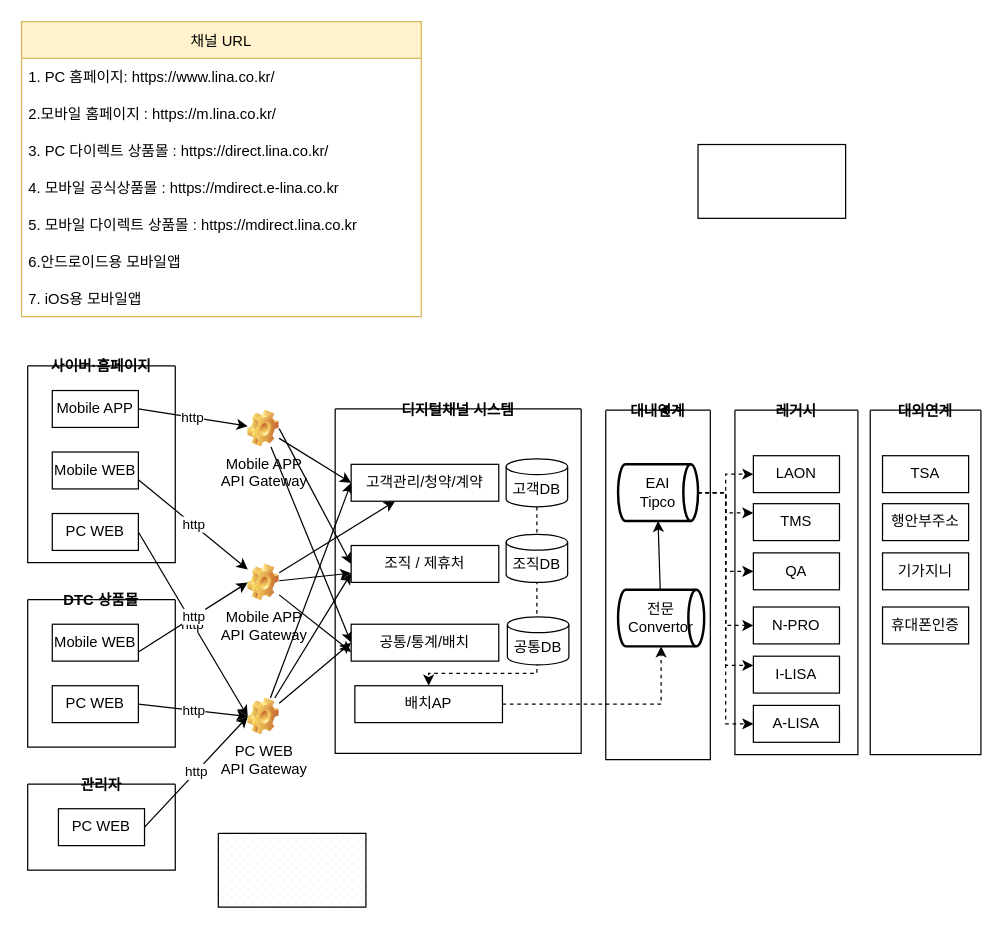
DEV-FRAMEWORK/SW-MODEL keeps this draw.io diagram as page "어플리케이션 구성도" (1 of 3) of LINA_AA.drawio. Above is the earlier version. Source tidied: cells renumbered, new cells numbered last; positions are measured from the earlier drawing's top-left corner, leaving out a move shared by most shapes. Both pictures are drawn from the tidied source at 123%, with x=0, y=0 at pixel (21, 21).
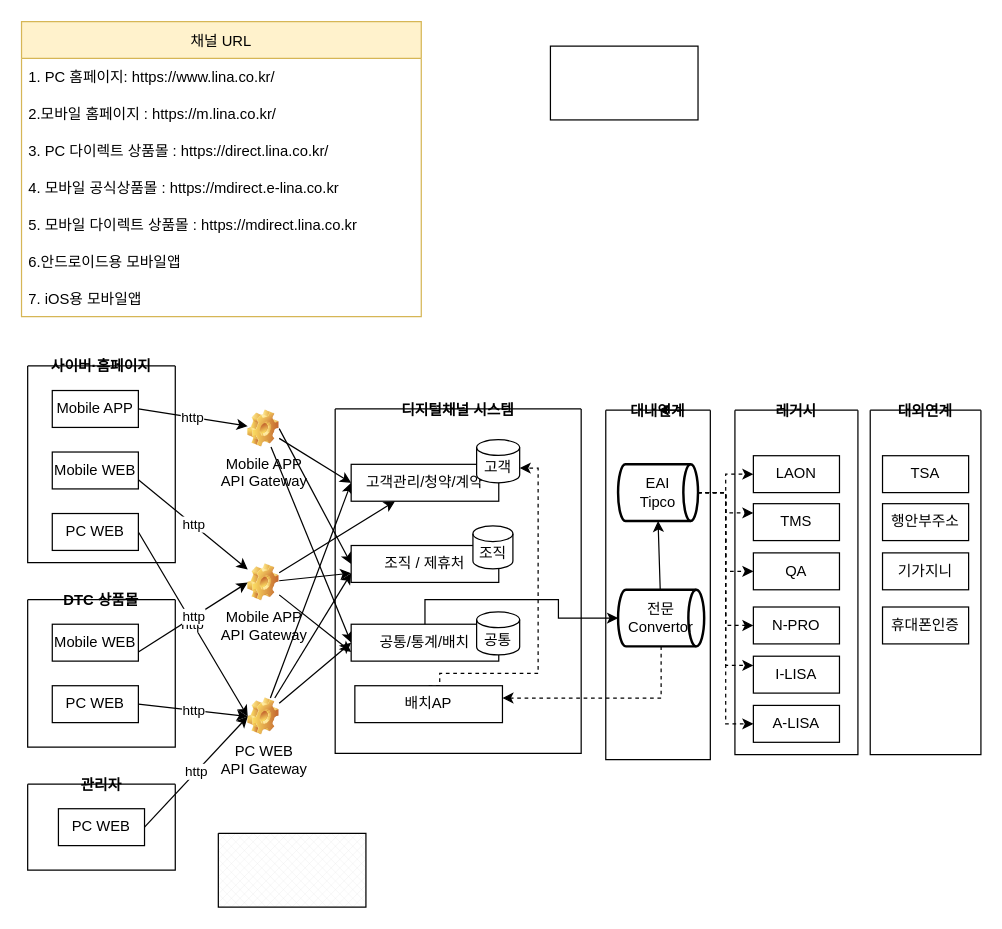
The same page after the edit.

Unchanged cells that the change refers to:
```xml
<mxCell id="29" value="디지털채널 시스템" style="swimlane;startSize=0;" parent="1" vertex="1">
  <mxGeometry x="255" y="315" width="200" height="280" as="geometry" />
</mxCell>
<mxCell id="32" value="공통/통계/배치" style="rounded=0;whiteSpace=wrap;html=1;" parent="29" vertex="1">
  <mxGeometry x="13" y="175" width="120" height="30" as="geometry" />
</mxCell>
<mxCell id="37" value="배치AP" style="rounded=0;whiteSpace=wrap;html=1;" parent="29" vertex="1">
  <mxGeometry x="16" y="225" width="120" height="30" as="geometry" />
</mxCell>
<mxCell id="53" value="전문&lt;br&gt;Convertor" style="strokeWidth=2;html=1;shape=mxgraph.flowchart.direct_data;whiteSpace=wrap;fontFamily=Helvetica;fontSize=12;fontColor=default;startSize=0;fillColor=default;" parent="50" vertex="1">
  <mxGeometry x="10" y="146" width="70" height="46" as="geometry" />
</mxCell>
```

Diff of the diagram source:
```diff
@@
-    <mxCell id="33" style="edgeStyle=orthogonalEdgeStyle;rounded=0;jettySize=auto;html=1;entryX=0.5;entryY=0;entryDx=0;entryDy=0;dashed=1;fontFamily=Helvetica;fontSize=12;fontColor=default;startSize=0;" parent="29" edge="1" source="34" target="37">
+    <mxCell id="33" style="edgeStyle=orthogonalEdgeStyle;rounded=0;jettySize=auto;html=1;entryX=1;entryY=0;entryDx=0;entryDy=23.050003051757812;dashed=1;fontFamily=Helvetica;fontSize=12;fontColor=default;startSize=0;entryPerimeter=0;exitX=0.5;exitY=0;exitDx=0;exitDy=0;" parent="29" edge="1" source="37" target="34">
       <mxGeometry relative="1" as="geometry">
         <Array as="points">
-          <mxPoint x="164" y="215" />
-          <mxPoint x="76" y="215" />
+          <mxPoint x="85" y="225" />
+          <mxPoint x="85" y="215" />
+          <mxPoint x="165" y="215" />
+          <mxPoint x="165" y="48" />
         </Array>
       </mxGeometry>
     </mxCell>
-    <mxCell id="34" value="고객DB" style="shape=cylinder3;whiteSpace=wrap;html=1;boundedLbl=1;backgroundOutline=1;size=6.399993896484375;" parent="29" vertex="1">
-      <mxGeometry x="139" y="40.5" width="50" height="39" as="geometry" />
+    <mxCell id="34" value="고객" style="shape=cylinder3;whiteSpace=wrap;html=1;boundedLbl=1;backgroundOutline=1;size=6.399993896484375;" parent="29" vertex="1">
+      <mxGeometry x="115" y="25" width="35" height="35" as="geometry" />
     </mxCell>
-    <mxCell id="35" value="조직DB" style="shape=cylinder3;whiteSpace=wrap;html=1;boundedLbl=1;backgroundOutline=1;size=6.399993896484375;" parent="29" vertex="1">
-      <mxGeometry x="139" y="102" width="50" height="39" as="geometry" />
+    <mxCell id="35" value="조직" style="shape=cylinder3;whiteSpace=wrap;html=1;boundedLbl=1;backgroundOutline=1;size=6.399993896484375;" parent="29" vertex="1">
+      <mxGeometry x="112" y="95" width="32.5" height="35" as="geometry" />
     </mxCell>
-    <mxCell id="36" value="공통DB" style="shape=cylinder3;whiteSpace=wrap;html=1;boundedLbl=1;backgroundOutline=1;size=6.399993896484375;" parent="29" vertex="1">
-      <mxGeometry x="140" y="169" width="50" height="39" as="geometry" />
+    <mxCell id="36" value="공통" style="shape=cylinder3;whiteSpace=wrap;html=1;boundedLbl=1;backgroundOutline=1;size=6.399993896484375;" parent="29" vertex="1">
+      <mxGeometry x="115" y="165" width="35" height="35" as="geometry" />
     </mxCell>
@@
-    <mxCell id="61" style="edgeStyle=orthogonalEdgeStyle;rounded=0;jettySize=auto;html=1;dashed=1;fontFamily=Helvetica;fontSize=12;fontColor=default;startSize=0;" parent="1" edge="1" source="37" target="53">
-      <mxGeometry relative="1" as="geometry" />
-    </mxCell>
@@
     <mxCell id="70" style="rounded=0;whiteSpace=wrap;html=1;" parent="1" vertex="1">
-      <mxGeometry x="550" y="100" width="120" height="60" as="geometry" />
+      <mxGeometry x="430" y="20" width="120" height="60" as="geometry" />
     </mxCell>
@@
+    <mxCell id="72" style="edgeStyle=orthogonalEdgeStyle;rounded=0;jettySize=auto;html=1;dashed=1;" parent="1" edge="1" source="53" target="37">
+      <mxGeometry relative="1" as="geometry">
+        <Array as="points">
+          <mxPoint x="520" y="550" />
+        </Array>
+      </mxGeometry>
+    </mxCell>
+    <mxCell id="73" style="edgeStyle=orthogonalEdgeStyle;rounded=0;jettySize=auto;html=1;entryX=0;entryY=0.5;entryDx=0;entryDy=0;entryPerimeter=0;exitX=0.5;exitY=0;exitDx=0;exitDy=0;" parent="1" edge="1" source="32" target="53">
+      <mxGeometry relative="1" as="geometry" />
+    </mxCell>
```
